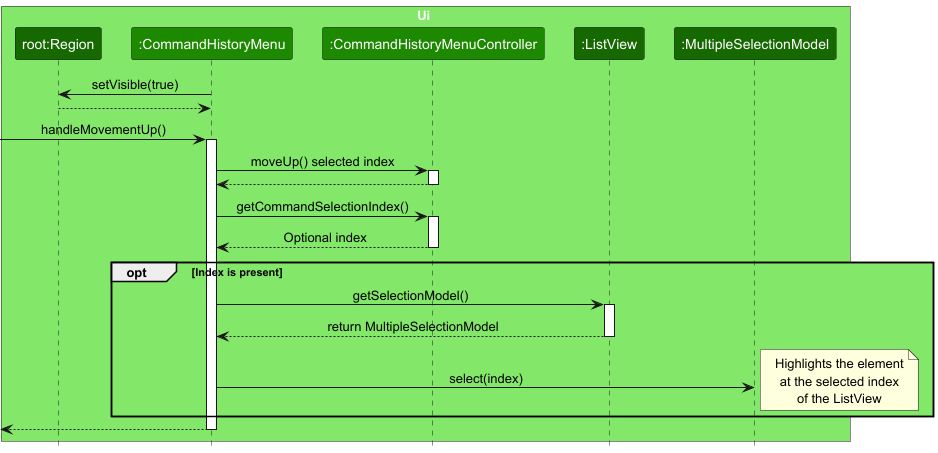
This is docs/images/CommandHistorySequenceDiagram.png from carineang/tp, a PlantUML export, as it was before one commit.
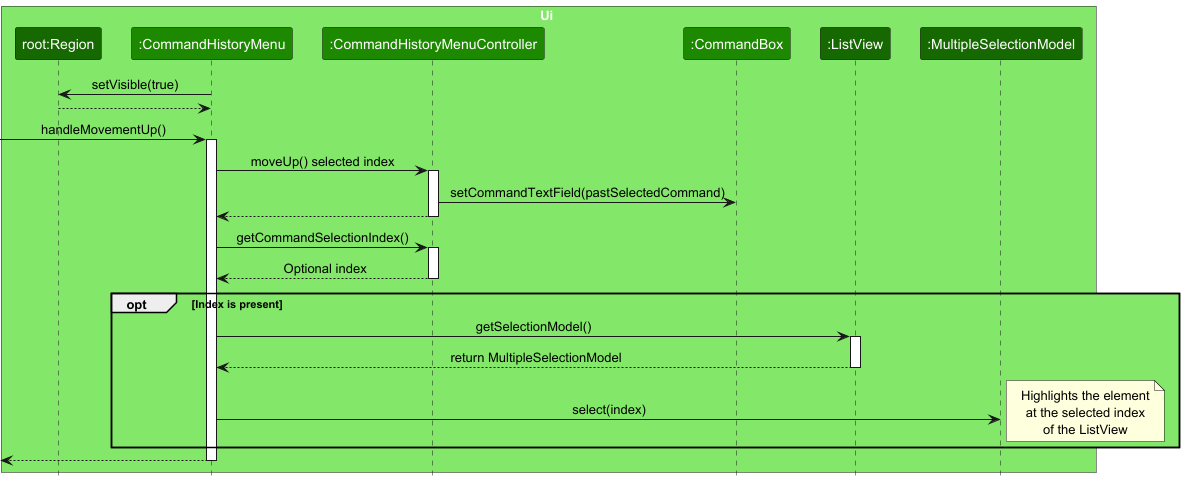
After the commit.

Commit message:
Update sequence diagrams for delete and cmd history

The edit, as a diff of the source:
```diff
@@ -9,6 +9,7 @@
 participant "root:Region" as Region UI_COLOR_T3
 participant ":CommandHistoryMenu" as CommandHistoryMenu UI_COLOR
 participant ":CommandHistoryMenuController" as CommandHistoryMenuController UI_COLOR
+participant ":CommandBox" as CommandBox UI_COLOR
 participant ":ListView" as ListView UI_COLOR_T3
 participant ":MultipleSelectionModel" as MultipleSelectionModel UI_COLOR_T3
 end box
@@ -22,6 +23,8 @@
 
 CommandHistoryMenu -> CommandHistoryMenuController : moveUp() selected index
 activate CommandHistoryMenuController
+
+CommandHistoryMenuController -> CommandBox : setCommandTextField(pastSelectedCommand)
 
 CommandHistoryMenuController --> CommandHistoryMenu
 deactivate CommandHistoryMenuController
```
